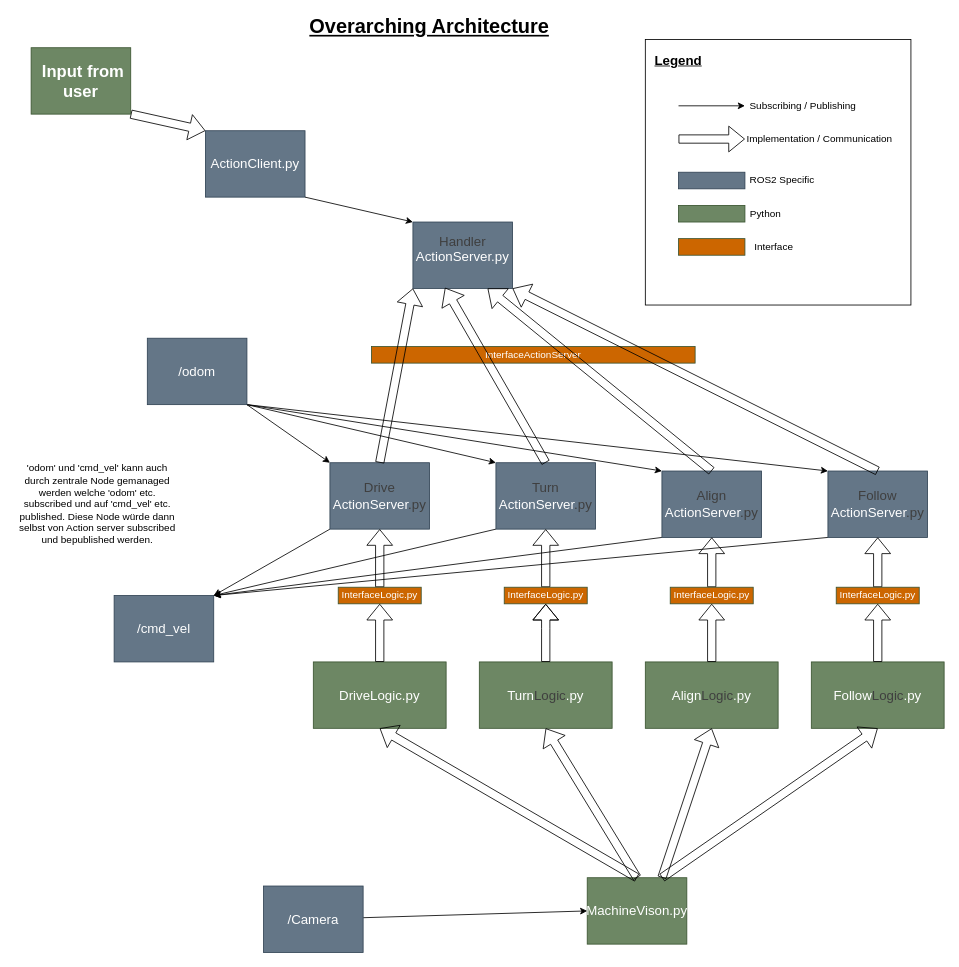
Before: Doku/Präsi/Software_arch.drawio in yaba-source/canalchecker, a draw.io diagram. Source tidied: cells renumbered, new cells numbered last; positions are measured from the earlier drawing's top-left corner, leaving out a move shared by most shapes. Both pictures are drawn from the tidied source at 83%, with x=0, y=0 at pixel (14, 14).
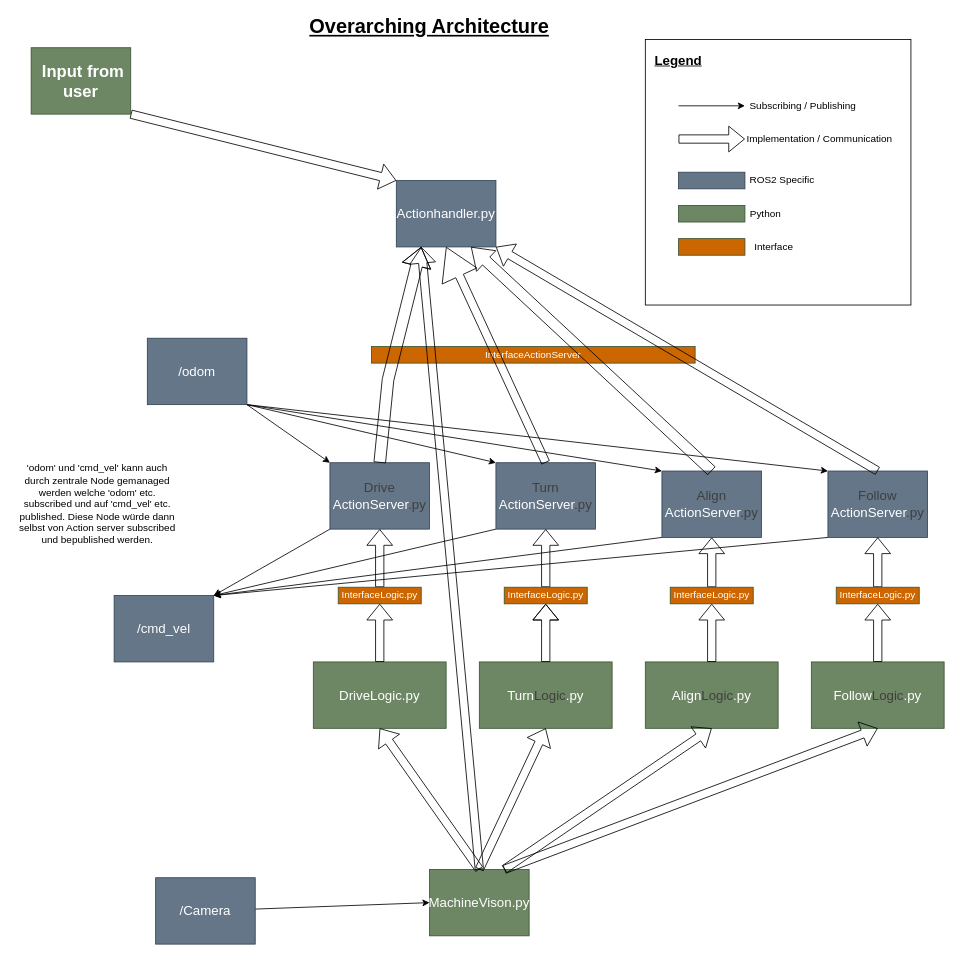
The same page after the edit.

Unchanged cells that the change refers to:
```xml
<mxCell id="4" value="&lt;div&gt;&lt;font style=&quot;font-size: 16px;&quot;&gt;&lt;span style=&quot;color: rgb(63, 63, 63);&quot;&gt;Drive&lt;/span&gt;&lt;/font&gt;&lt;/div&gt;&lt;font style=&quot;font-size: 16px;&quot;&gt;ActionServer&lt;/font&gt;&lt;span style=&quot;color: rgb(63, 63, 63); font-size: 16px; background-color: transparent;&quot;&gt;.py&lt;/span&gt;" style="rounded=0;whiteSpace=wrap;html=1;fillColor=#647687;fontColor=#ffffff;strokeColor=#314354;" parent="1" vertex="1">
  <mxGeometry x="380" y="540" width="120" height="80" as="geometry" />
</mxCell>
<mxCell id="6" value="&lt;div&gt;&lt;font style=&quot;font-size: 16px;&quot;&gt;&lt;span style=&quot;color: rgb(63, 63, 63);&quot;&gt;Turn&lt;/span&gt;&lt;/font&gt;&lt;/div&gt;&lt;font style=&quot;font-size: 16px;&quot;&gt;ActionServer&lt;/font&gt;&lt;span style=&quot;color: rgb(63, 63, 63); font-size: 16px; background-color: transparent;&quot;&gt;.py&lt;/span&gt;" style="rounded=0;whiteSpace=wrap;html=1;fillColor=#647687;fontColor=#ffffff;strokeColor=#314354;" parent="1" vertex="1">
  <mxGeometry x="580" y="540" width="120" height="80" as="geometry" />
</mxCell>
<mxCell id="38" value="&lt;font style=&quot;font-size: 16px;&quot;&gt;&lt;span style=&quot;color: rgb(63, 63, 63);&quot;&gt;Align&lt;/span&gt;&lt;/font&gt;&lt;div&gt;&lt;font style=&quot;font-size: 16px;&quot;&gt;ActionServer&lt;/font&gt;&lt;span style=&quot;color: rgb(63, 63, 63); font-size: 16px; background-color: transparent;&quot;&gt;.py&lt;/span&gt;&lt;/div&gt;" style="rounded=0;whiteSpace=wrap;html=1;fillColor=#647687;fontColor=#ffffff;strokeColor=#314354;" parent="1" vertex="1">
  <mxGeometry x="780" y="550" width="120" height="80" as="geometry" />
</mxCell>
<mxCell id="47" value="&lt;font style=&quot;font-size: 16px;&quot;&gt;&lt;span style=&quot;color: rgb(63, 63, 63);&quot;&gt;Follow&lt;/span&gt;&lt;/font&gt;&lt;div&gt;&lt;font style=&quot;font-size: 16px;&quot;&gt;ActionServer&lt;/font&gt;&lt;span style=&quot;color: rgb(63, 63, 63); font-size: 16px; background-color: transparent;&quot;&gt;.py&lt;/span&gt;&lt;/div&gt;" style="rounded=0;whiteSpace=wrap;html=1;fillColor=#647687;fontColor=#ffffff;strokeColor=#314354;" parent="1" vertex="1">
  <mxGeometry x="980" y="550" width="120" height="80" as="geometry" />
</mxCell>
```

What changed in the source:
```diff
@@
-    <mxCell id="7" value="&lt;div&gt;&lt;font style=&quot;font-size: 16px;&quot;&gt;&lt;span style=&quot;color: rgb(63, 63, 63);&quot;&gt;Handler&lt;/span&gt;&lt;/font&gt;&lt;/div&gt;&lt;font style=&quot;font-size: 16px;&quot;&gt;ActionServer.py&lt;/font&gt;&lt;div&gt;&lt;br&gt;&lt;/div&gt;" style="rounded=0;whiteSpace=wrap;html=1;fillColor=#647687;fontColor=#ffffff;strokeColor=#314354;" parent="1" vertex="1">
-      <mxGeometry x="480" y="250" width="120" height="80" as="geometry" />
-    </mxCell>
@@
     <mxCell id="17" value="&lt;span style=&quot;font-size: 16px;&quot;&gt;/Camera&lt;/span&gt;" style="rounded=0;whiteSpace=wrap;html=1;fillColor=#647687;fontColor=#ffffff;strokeColor=#314354;" parent="1" vertex="1">
-      <mxGeometry x="300" y="1050" width="120" height="80" as="geometry" />
+      <mxGeometry x="170" y="1040" width="120" height="80" as="geometry" />
     </mxCell>
     <mxCell id="18" value="&lt;span style=&quot;font-size: 16px;&quot;&gt;MachineVison.py&lt;/span&gt;" style="rounded=0;whiteSpace=wrap;html=1;fillColor=#6d8764;fontColor=#ffffff;strokeColor=#3A5431;" parent="1" vertex="1">
-      <mxGeometry x="690" y="1040" width="120" height="80" as="geometry" />
+      <mxGeometry x="500" y="1030" width="120" height="80" as="geometry" />
     </mxCell>
@@
+    <mxCell id="63" style="edgeStyle=none;html=1;exitX=1;exitY=0.75;exitDx=0;exitDy=0;" parent="1" edge="1" source="31">
+      <mxGeometry relative="1" as="geometry">
+        <mxPoint x="460" y="226.7" as="targetPoint" />
+      </mxGeometry>
+    </mxCell>
-    <mxCell id="31" value="&lt;span style=&quot;font-size: 16px;&quot;&gt;ActionClient.py&lt;/span&gt;" style="rounded=0;whiteSpace=wrap;html=1;fillColor=#647687;fontColor=#ffffff;strokeColor=#314354;" parent="1" vertex="1">
-      <mxGeometry x="230" y="140" width="120" height="80" as="geometry" />
+    <mxCell id="31" value="&lt;span style=&quot;font-size: 16px;&quot;&gt;Actionhandler.py&lt;/span&gt;" style="rounded=0;whiteSpace=wrap;html=1;fillColor=#647687;fontColor=#ffffff;strokeColor=#314354;" parent="1" vertex="1">
+      <mxGeometry x="460" y="200" width="120" height="80" as="geometry" />
     </mxCell>
-    <mxCell id="32" style="edgeStyle=none;html=1;exitX=1;exitY=1;exitDx=0;exitDy=0;entryX=0;entryY=0;entryDx=0;entryDy=0;" parent="1" edge="1" source="31" target="7">
-      <mxGeometry relative="1" as="geometry" />
-    </mxCell>
@@
-    <mxCell id="56" style="edgeStyle=none;html=1;shape=flexArrow;exitX=0.5;exitY=0;exitDx=0;exitDy=0;entryX=0;entryY=1;entryDx=0;entryDy=0;" parent="1" edge="1" source="4" target="7">
-      <mxGeometry relative="1" as="geometry" />
+    <mxCell id="56" style="edgeStyle=none;html=1;shape=flexArrow;exitX=0.5;exitY=0;exitDx=0;exitDy=0;entryX=0.25;entryY=1;entryDx=0;entryDy=0;width=14;endSize=7.27;" parent="1" edge="1" source="4">
+      <mxGeometry relative="1" as="geometry">
+        <mxPoint x="490" y="280" as="targetPoint" />
+        <Array as="points">
+          <mxPoint x="450" y="440" />
+        </Array>
+      </mxGeometry>
     </mxCell>
-    <mxCell id="57" style="edgeStyle=none;html=1;shape=flexArrow;exitX=0.5;exitY=0;exitDx=0;exitDy=0;entryX=0.322;entryY=0.99;entryDx=0;entryDy=0;entryPerimeter=0;" parent="1" edge="1" source="6" target="7">
-      <mxGeometry relative="1" as="geometry" />
+    <mxCell id="57" style="edgeStyle=none;html=1;shape=flexArrow;exitX=0.5;exitY=0;exitDx=0;exitDy=0;entryX=0.37;entryY=1.025;entryDx=0;entryDy=0;entryPerimeter=0;endWidth=35;endSize=12.36;" parent="1" edge="1" source="6">
+      <mxGeometry relative="1" as="geometry">
+        <mxPoint x="520" y="280" as="targetPoint" />
+      </mxGeometry>
     </mxCell>
-    <mxCell id="58" style="edgeStyle=none;html=1;shape=flexArrow;exitX=0.5;exitY=0;exitDx=0;exitDy=0;entryX=0.75;entryY=1;entryDx=0;entryDy=0;" parent="1" edge="1" source="38" target="7">
-      <mxGeometry relative="1" as="geometry" />
+    <mxCell id="58" style="edgeStyle=none;html=1;shape=flexArrow;exitX=0.5;exitY=0;exitDx=0;exitDy=0;width=13;endSize=7.8;entryX=0.75;entryY=1;entryDx=0;entryDy=0;" parent="1" edge="1" source="38">
+      <mxGeometry relative="1" as="geometry">
+        <mxPoint x="550" y="280" as="targetPoint" />
+      </mxGeometry>
     </mxCell>
-    <mxCell id="59" style="edgeStyle=none;html=1;shape=flexArrow;exitX=0.5;exitY=0;exitDx=0;exitDy=0;entryX=1;entryY=1;entryDx=0;entryDy=0;" parent="1" edge="1" source="47" target="7">
-      <mxGeometry relative="1" as="geometry" />
+    <mxCell id="59" style="edgeStyle=none;html=1;shape=flexArrow;exitX=0.5;exitY=0;exitDx=0;exitDy=0;entryX=1;entryY=1;entryDx=0;entryDy=0;" parent="1" edge="1" source="47">
+      <mxGeometry relative="1" as="geometry">
+        <mxPoint x="580" y="280" as="targetPoint" />
+      </mxGeometry>
     </mxCell>
@@
+    <mxCell id="64" style="edgeStyle=none;html=1;shape=flexArrow;exitX=0.5;exitY=0;exitDx=0;exitDy=0;entryX=0.25;entryY=1;entryDx=0;entryDy=0;" parent="1" edge="1" source="18" target="31">
+      <mxGeometry relative="1" as="geometry" />
+    </mxCell>
```
